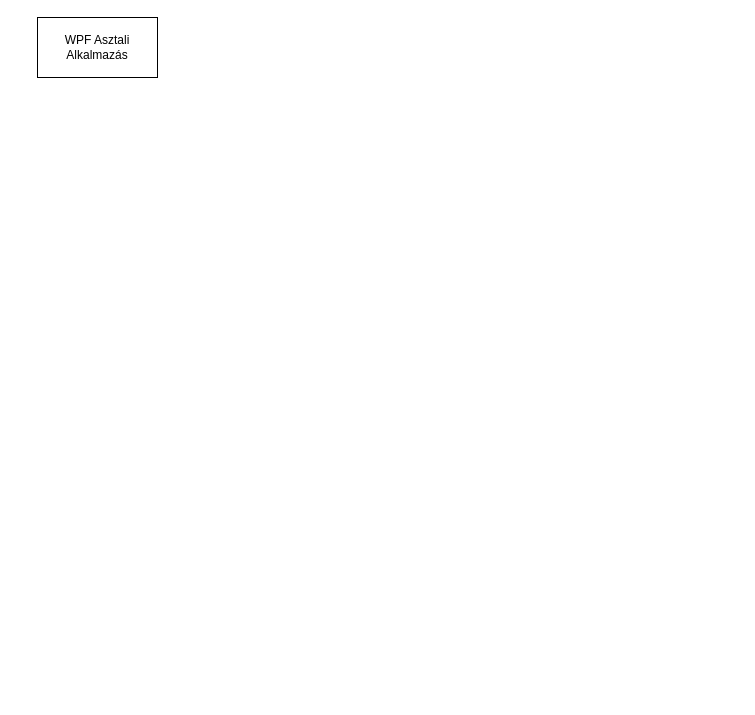
Above: konyvtar_desktop.drawio in hebmat/konyvtari_nyilvantarto (draw.io), before the change. Source tidied: cells renumbered, new cells numbered last; positions are measured from the earlier drawing's top-left corner, leaving out a move shared by most shapes. Both pictures are drawn from the tidied source at 100%, with x=0, y=0 at pixel (37, 17).
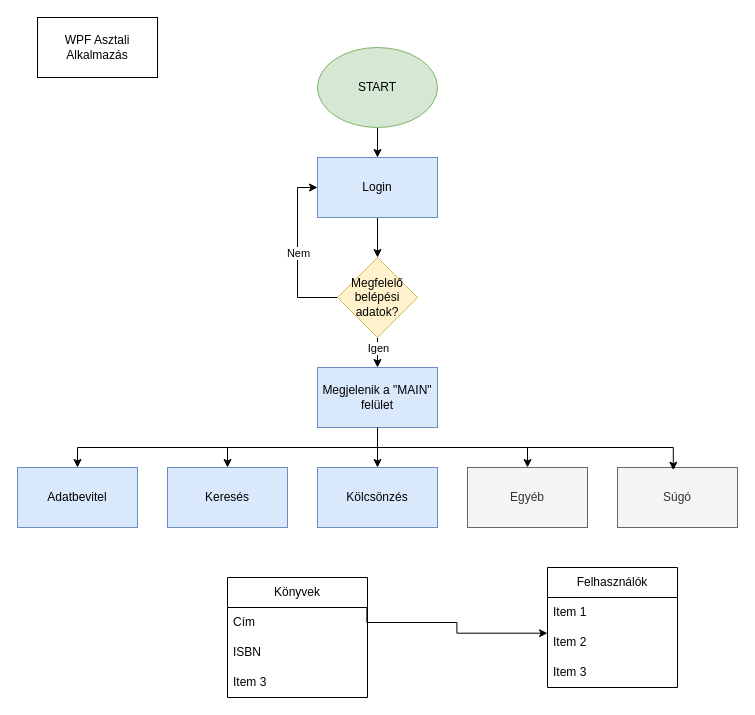
After the change.

The edit, as a diff of the source:
```diff
@@
+    <mxCell id="3" style="edgeStyle=orthogonalEdgeStyle;rounded=0;jettySize=auto;html=1;exitX=0.5;exitY=1;exitDx=0;exitDy=0;entryX=0.5;entryY=0;entryDx=0;entryDy=0;" parent="1" edge="1" source="4" target="6">
+      <mxGeometry relative="1" as="geometry" />
+    </mxCell>
+    <mxCell id="4" value="START" style="ellipse;whiteSpace=wrap;html=1;fillColor=#d5e8d4;strokeColor=#82b366;" parent="1" vertex="1">
+      <mxGeometry x="280" y="30" width="120" height="80" as="geometry" />
+    </mxCell>
+    <mxCell id="5" style="edgeStyle=orthogonalEdgeStyle;rounded=0;jettySize=auto;html=1;exitX=0.5;exitY=1;exitDx=0;exitDy=0;entryX=0.5;entryY=0;entryDx=0;entryDy=0;" parent="1" edge="1" source="6" target="11">
+      <mxGeometry relative="1" as="geometry" />
+    </mxCell>
+    <mxCell id="6" value="Login" style="rounded=0;whiteSpace=wrap;html=1;fillColor=#dae8fc;strokeColor=#6c8ebf;" parent="1" vertex="1">
+      <mxGeometry x="280" y="140" width="120" height="60" as="geometry" />
+    </mxCell>
+    <mxCell id="7" style="edgeStyle=orthogonalEdgeStyle;rounded=0;jettySize=auto;html=1;exitX=0;exitY=0.5;exitDx=0;exitDy=0;entryX=0;entryY=0.5;entryDx=0;entryDy=0;" parent="1" edge="1" source="11" target="6">
+      <mxGeometry relative="1" as="geometry" />
+    </mxCell>
+    <mxCell id="8" value="Nem" style="edgeLabel;html=1;align=center;verticalAlign=middle;" parent="7" vertex="1">
+      <mxGeometry relative="1" as="geometry" />
+    </mxCell>
+    <mxCell id="9" style="edgeStyle=orthogonalEdgeStyle;rounded=0;jettySize=auto;html=1;exitX=0.5;exitY=1;exitDx=0;exitDy=0;entryX=0.5;entryY=0;entryDx=0;entryDy=0;" parent="1" edge="1" source="11" target="16">
+      <mxGeometry relative="1" as="geometry" />
+    </mxCell>
+    <mxCell id="10" value="Igen" style="edgeLabel;html=1;align=center;verticalAlign=middle;" parent="9" vertex="1">
+      <mxGeometry x="-0.34" relative="1" as="geometry" />
+    </mxCell>
+    <mxCell id="11" value="Megfelelő belépési adatok?" style="rhombus;whiteSpace=wrap;html=1;fillColor=#fff2cc;strokeColor=#d6b656;" parent="1" vertex="1">
+      <mxGeometry x="300" y="240" width="80" height="80" as="geometry" />
+    </mxCell>
+    <mxCell id="12" style="edgeStyle=orthogonalEdgeStyle;rounded=0;jettySize=auto;html=1;exitX=0.5;exitY=1;exitDx=0;exitDy=0;" parent="1" edge="1" source="16" target="17">
+      <mxGeometry relative="1" as="geometry" />
+    </mxCell>
+    <mxCell id="13" style="edgeStyle=orthogonalEdgeStyle;rounded=0;jettySize=auto;html=1;exitX=0.5;exitY=1;exitDx=0;exitDy=0;entryX=0.5;entryY=0;entryDx=0;entryDy=0;" parent="1" edge="1" source="16" target="18">
+      <mxGeometry relative="1" as="geometry" />
+    </mxCell>
+    <mxCell id="14" style="edgeStyle=orthogonalEdgeStyle;rounded=0;jettySize=auto;html=1;exitX=0.5;exitY=1;exitDx=0;exitDy=0;" parent="1" edge="1" source="16" target="19">
+      <mxGeometry relative="1" as="geometry" />
+    </mxCell>
+    <mxCell id="15" style="edgeStyle=orthogonalEdgeStyle;rounded=0;jettySize=auto;html=1;exitX=0.5;exitY=1;exitDx=0;exitDy=0;entryX=0.5;entryY=0;entryDx=0;entryDy=0;" parent="1" edge="1" source="16" target="20">
+      <mxGeometry relative="1" as="geometry" />
+    </mxCell>
+    <mxCell id="16" value="Megjelenik a &quot;MAIN&quot; felület" style="rounded=0;whiteSpace=wrap;html=1;fillColor=#dae8fc;strokeColor=#6c8ebf;" parent="1" vertex="1">
+      <mxGeometry x="280" y="350" width="120" height="60" as="geometry" />
+    </mxCell>
+    <mxCell id="17" value="Adatbevitel" style="rounded=0;whiteSpace=wrap;html=1;fillColor=#dae8fc;strokeColor=#6c8ebf;" parent="1" vertex="1">
+      <mxGeometry x="-20" y="450" width="120" height="60" as="geometry" />
+    </mxCell>
+    <mxCell id="18" value="Keresés" style="rounded=0;whiteSpace=wrap;html=1;fillColor=#dae8fc;strokeColor=#6c8ebf;" parent="1" vertex="1">
+      <mxGeometry x="130" y="450" width="120" height="60" as="geometry" />
+    </mxCell>
+    <mxCell id="19" value="Kölcsönzés" style="rounded=0;whiteSpace=wrap;html=1;fillColor=#dae8fc;strokeColor=#6c8ebf;" parent="1" vertex="1">
+      <mxGeometry x="280" y="450" width="120" height="60" as="geometry" />
+    </mxCell>
+    <mxCell id="20" value="Egyéb" style="rounded=0;whiteSpace=wrap;html=1;fillColor=#f5f5f5;strokeColor=#666666;fontColor=#333333;" parent="1" vertex="1">
+      <mxGeometry x="430" y="450" width="120" height="60" as="geometry" />
+    </mxCell>
+    <mxCell id="21" value="Súgó" style="rounded=0;whiteSpace=wrap;html=1;fillColor=#f5f5f5;strokeColor=#666666;fontColor=#333333;" parent="1" vertex="1">
+      <mxGeometry x="580" y="450" width="120" height="60" as="geometry" />
+    </mxCell>
+    <mxCell id="22" value="Felhasználók" style="swimlane;fontStyle=0;horizontal=1;startSize=30;whiteSpace=wrap;html=1;" parent="1" vertex="1">
+      <mxGeometry x="510" y="550" width="130" height="120" as="geometry" />
+    </mxCell>
+    <mxCell id="23" value="Item 1" style="text;strokeColor=none;fillColor=none;align=left;verticalAlign=middle;spacingLeft=4;spacingRight=4;overflow=hidden;whiteSpace=wrap;html=1;" parent="22" vertex="1">
+      <mxGeometry y="30" width="130" height="30" as="geometry" />
+    </mxCell>
+    <mxCell id="24" value="Item 2" style="text;strokeColor=none;fillColor=none;align=left;verticalAlign=middle;spacingLeft=4;spacingRight=4;overflow=hidden;whiteSpace=wrap;html=1;" parent="22" vertex="1">
+      <mxGeometry y="60" width="130" height="30" as="geometry" />
+    </mxCell>
+    <mxCell id="25" value="Item 3" style="text;strokeColor=none;fillColor=none;align=left;verticalAlign=middle;spacingLeft=4;spacingRight=4;overflow=hidden;whiteSpace=wrap;html=1;" parent="22" vertex="1">
+      <mxGeometry y="90" width="130" height="30" as="geometry" />
+    </mxCell>
+    <mxCell id="26" value="Könyvek" style="swimlane;fontStyle=0;horizontal=1;startSize=30;whiteSpace=wrap;html=1;" parent="1" vertex="1">
+      <mxGeometry x="190" y="560" width="140" height="120" as="geometry" />
+    </mxCell>
+    <mxCell id="27" value="Cím" style="text;strokeColor=none;fillColor=none;align=left;verticalAlign=middle;spacingLeft=4;spacingRight=4;overflow=hidden;whiteSpace=wrap;html=1;" parent="26" vertex="1">
+      <mxGeometry y="30" width="140" height="30" as="geometry" />
+    </mxCell>
+    <mxCell id="28" value="ISBN" style="text;strokeColor=none;fillColor=none;align=left;verticalAlign=middle;spacingLeft=4;spacingRight=4;overflow=hidden;whiteSpace=wrap;html=1;" parent="26" vertex="1">
+      <mxGeometry y="60" width="140" height="30" as="geometry" />
+    </mxCell>
+    <mxCell id="29" value="Item 3" style="text;strokeColor=none;fillColor=none;align=left;verticalAlign=middle;spacingLeft=4;spacingRight=4;overflow=hidden;whiteSpace=wrap;html=1;" parent="26" vertex="1">
+      <mxGeometry y="90" width="140" height="30" as="geometry" />
+    </mxCell>
+    <mxCell id="30" style="edgeStyle=orthogonalEdgeStyle;rounded=0;orthogonalLoop=1;jettySize=auto;html=1;exitX=1;exitY=0.5;exitDx=0;exitDy=0;entryX=0.005;entryY=0.69;entryDx=0;entryDy=0;entryPerimeter=0;" parent="1" edge="1">
+      <mxGeometry relative="1" as="geometry">
+        <mxPoint x="329.4" y="590" as="sourcePoint" />
+        <mxPoint x="510" y="615.7" as="targetPoint" />
+        <Array as="points">
+          <mxPoint x="329.4" y="605" />
+          <mxPoint x="419.4" y="605" />
+          <mxPoint x="419.4" y="616" />
+        </Array>
+      </mxGeometry>
+    </mxCell>
+    <mxCell id="31" style="edgeStyle=orthogonalEdgeStyle;rounded=0;jettySize=auto;html=1;exitX=0.5;exitY=1;exitDx=0;exitDy=0;entryX=0.465;entryY=0.045;entryDx=0;entryDy=0;entryPerimeter=0;" parent="1" edge="1" source="16" target="21">
+      <mxGeometry relative="1" as="geometry" />
+    </mxCell>
```
